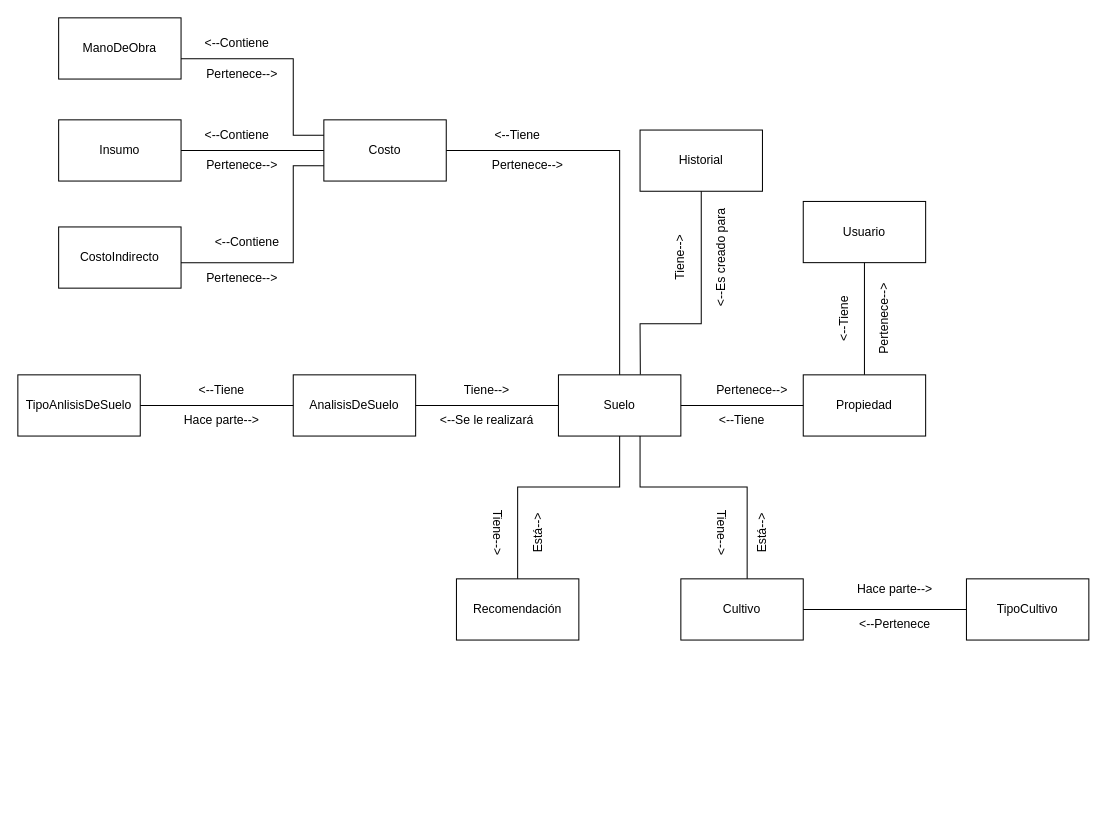
The draw.io diagram CropScan.drawio in 1193090526alexander/IngenieriaDeSotwareII, before the edit. Source tidied: cells renumbered, new cells numbered last; positions are measured from the earlier drawing's top-left corner, leaving out a move shared by most shapes. Both pictures are drawn from the tidied source at 102%, with x=0, y=0 at pixel (17, 17).
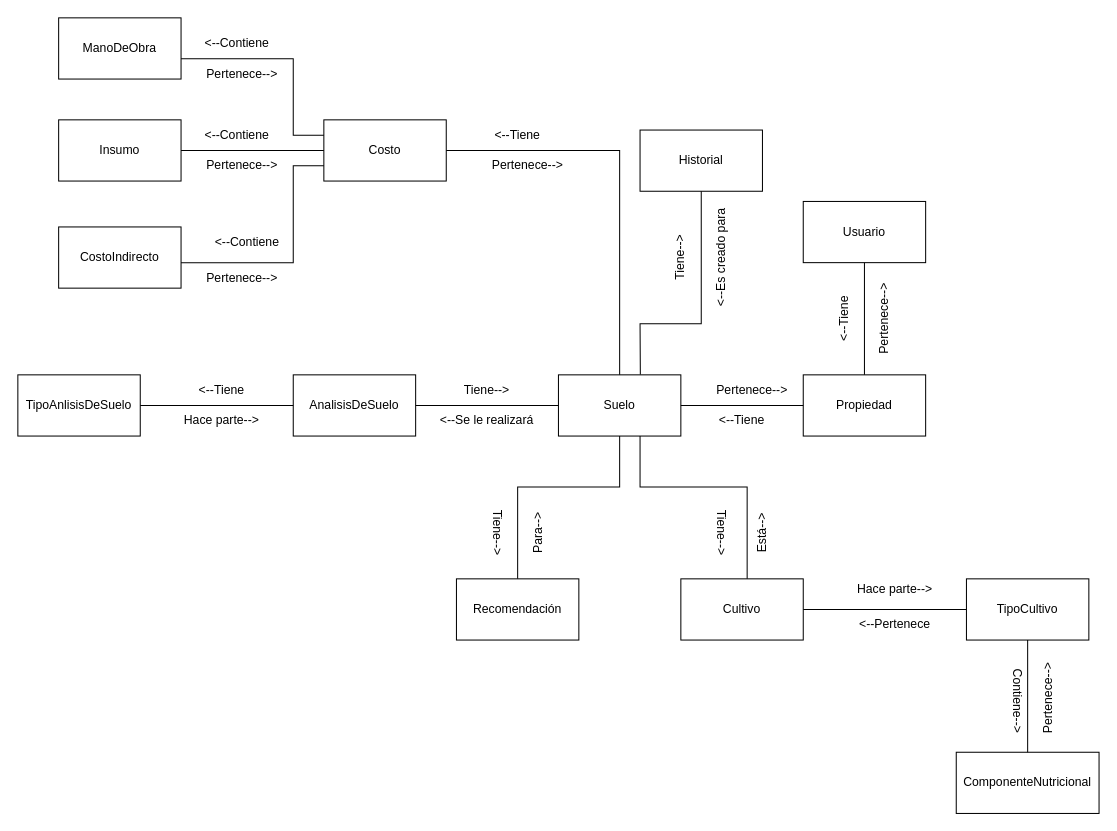
After the change.

Change to the diagram source:
```diff
@@
-    <mxCell id="31" value="Está--&amp;gt;" style="text;html=1;strokeColor=none;fillColor=none;align=center;verticalAlign=middle;whiteSpace=wrap;rounded=0;rotation=270;" parent="1" vertex="1">
+    <mxCell id="31" value="Para--&amp;gt;" style="text;html=1;strokeColor=none;fillColor=none;align=center;verticalAlign=middle;whiteSpace=wrap;rounded=0;rotation=270;" parent="1" vertex="1">
       <mxGeometry x="470" y="490" width="80" height="30" as="geometry" />
     </mxCell>
@@
+    <mxCell id="51" value="ComponenteNutricional" style="rounded=0;whiteSpace=wrap;html=1;" parent="1" vertex="1">
+      <mxGeometry x="920" y="720" width="140" height="60" as="geometry" />
+    </mxCell>
+    <mxCell id="52" style="endArrow=none;html=1;rounded=0;" parent="1" edge="1" source="51">
+      <mxGeometry relative="1" as="geometry">
+        <mxPoint x="990" y="610" as="targetPoint" />
+      </mxGeometry>
+    </mxCell>
+    <mxCell id="53" value="Contiene--&amp;gt;" style="text;html=1;strokeColor=none;fillColor=none;align=center;verticalAlign=middle;whiteSpace=wrap;rounded=0;rotation=90;" parent="1" vertex="1">
+      <mxGeometry x="945" y="655" width="70" height="30" as="geometry" />
+    </mxCell>
+    <mxCell id="54" value="Pertenece--&amp;gt;" style="text;html=1;strokeColor=none;fillColor=none;align=center;verticalAlign=middle;whiteSpace=wrap;rounded=0;rotation=270;" parent="1" vertex="1">
+      <mxGeometry x="972.5" y="652.5" width="75" height="30" as="geometry" />
+    </mxCell>
```
